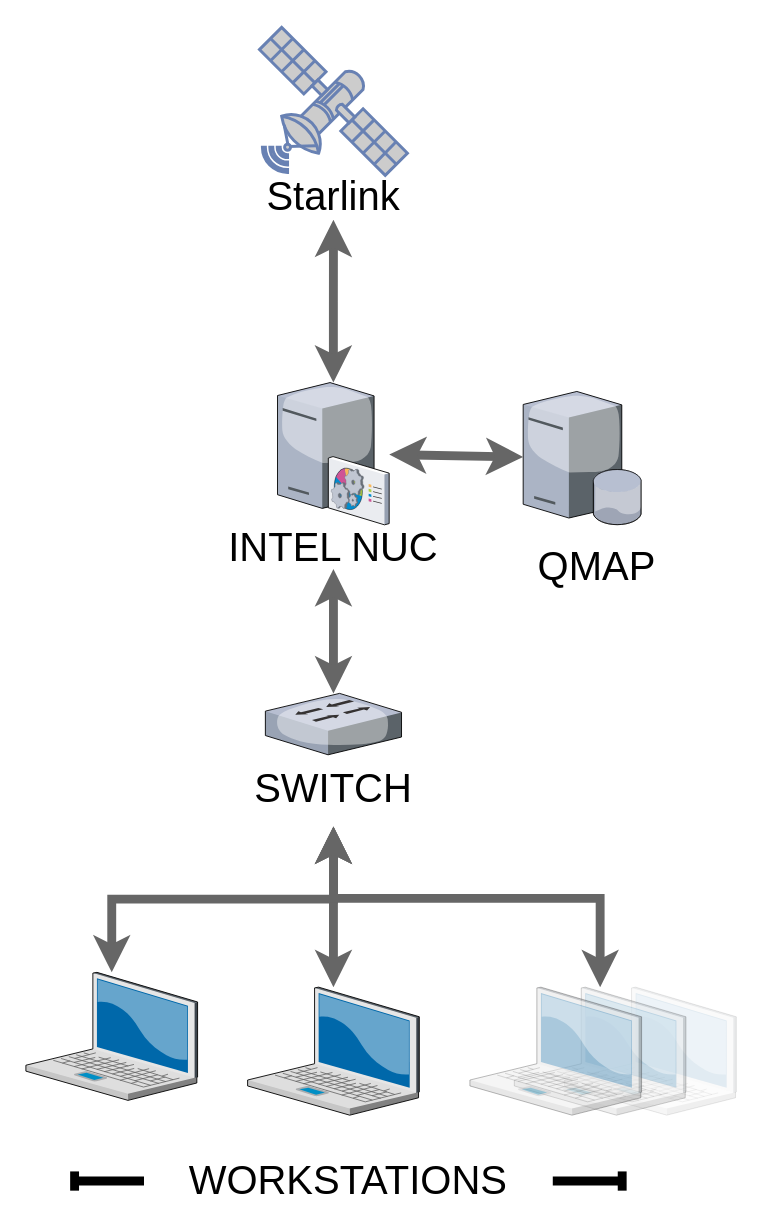
Above: Unbenanntes Diagramm.drawio in Reariuz/Flask (draw.io), before the change. Source tidied: cells renumbered, new cells numbered last; positions are measured from the earlier drawing's top-left corner, leaving out a move shared by most shapes. Both pictures are drawn from the tidied source at 148%, with x=0, y=0 at pixel (25, 27).
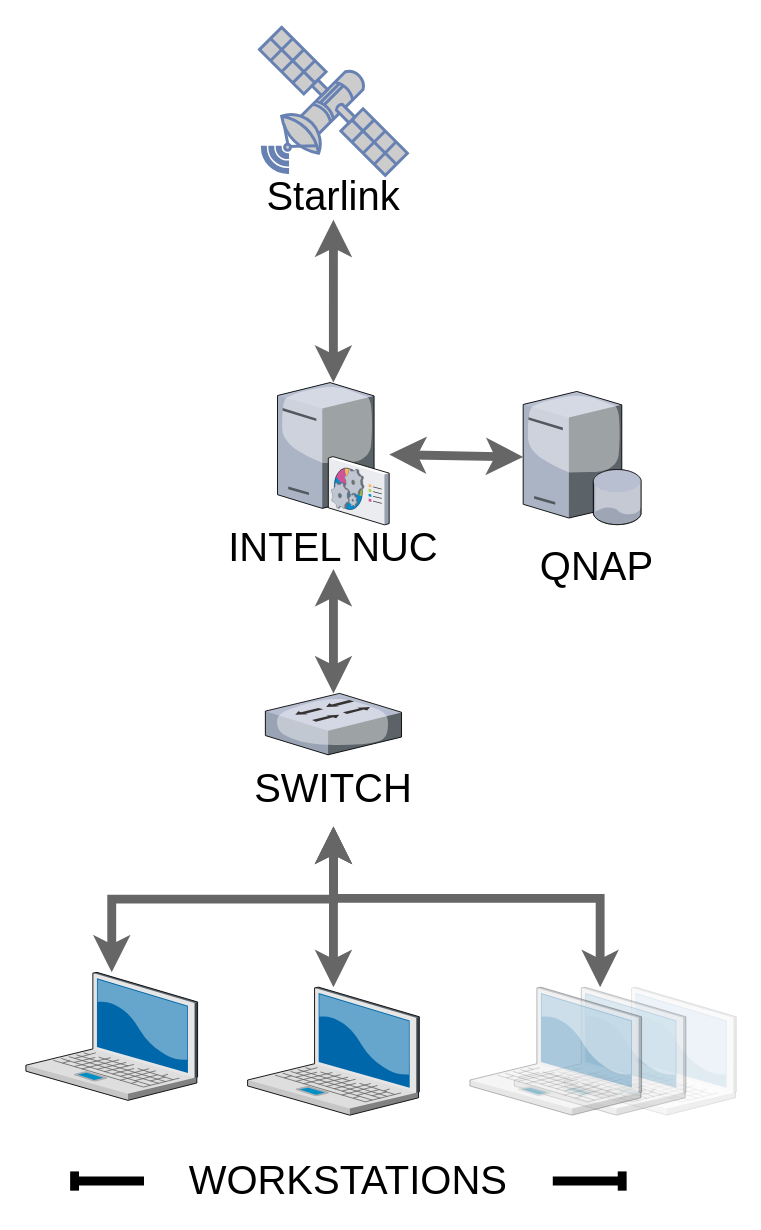
The same diagram, later.

Diff of the diagram source:
```diff
@@
-    <mxCell id="20" value="&lt;font style=&quot;font-size: 13px;&quot;&gt;&lt;font style=&quot;font-size: 14px;&quot;&gt;&lt;font style=&quot;font-size: 15px;&quot;&gt;&lt;font style=&quot;font-size: 16px;&quot;&gt;&lt;font style=&quot;font-size: 17px;&quot;&gt;&lt;font style=&quot;font-size: 18px;&quot;&gt;&lt;font style=&quot;font-size: 19px;&quot;&gt;&lt;font style=&quot;font-size: 20px;&quot;&gt;&lt;font style=&quot;font-size: 21px;&quot;&gt;&lt;font style=&quot;font-size: 22px;&quot;&gt;&lt;font style=&quot;font-size: 23px;&quot;&gt;&lt;font style=&quot;font-size: 24px;&quot;&gt;&lt;font style=&quot;font-size: 25px;&quot;&gt;&lt;font style=&quot;font-size: 26px;&quot;&gt;&lt;font style=&quot;font-size: 27px;&quot;&gt;QMAP&lt;/font&gt;&lt;/font&gt;&lt;/font&gt;&lt;/font&gt;&lt;/font&gt;&lt;/font&gt;&lt;/font&gt;&lt;/font&gt;&lt;/font&gt;&lt;/font&gt;&lt;/font&gt;&lt;/font&gt;&lt;/font&gt;&lt;/font&gt;&lt;/font&gt;" style="text;html=1;fillColor=none;align=center;verticalAlign=middle;whiteSpace=wrap;rounded=0;" parent="1" vertex="1">
+    <mxCell id="20" value="&lt;font style=&quot;font-size: 13px;&quot;&gt;&lt;font style=&quot;font-size: 14px;&quot;&gt;&lt;font style=&quot;font-size: 15px;&quot;&gt;&lt;font style=&quot;font-size: 16px;&quot;&gt;&lt;font style=&quot;font-size: 17px;&quot;&gt;&lt;font style=&quot;font-size: 18px;&quot;&gt;&lt;font style=&quot;font-size: 19px;&quot;&gt;&lt;font style=&quot;font-size: 20px;&quot;&gt;&lt;font style=&quot;font-size: 21px;&quot;&gt;&lt;font style=&quot;font-size: 22px;&quot;&gt;&lt;font style=&quot;font-size: 23px;&quot;&gt;&lt;font style=&quot;font-size: 24px;&quot;&gt;&lt;font style=&quot;font-size: 25px;&quot;&gt;&lt;font style=&quot;font-size: 26px;&quot;&gt;&lt;font style=&quot;font-size: 27px;&quot;&gt;QNAP&lt;/font&gt;&lt;/font&gt;&lt;/font&gt;&lt;/font&gt;&lt;/font&gt;&lt;/font&gt;&lt;/font&gt;&lt;/font&gt;&lt;/font&gt;&lt;/font&gt;&lt;/font&gt;&lt;/font&gt;&lt;/font&gt;&lt;/font&gt;&lt;/font&gt;" style="text;html=1;fillColor=none;align=center;verticalAlign=middle;whiteSpace=wrap;rounded=0;" parent="1" vertex="1">
       <mxGeometry x="356" y="350" width="60" height="30" as="geometry" />
     </mxCell>
```
